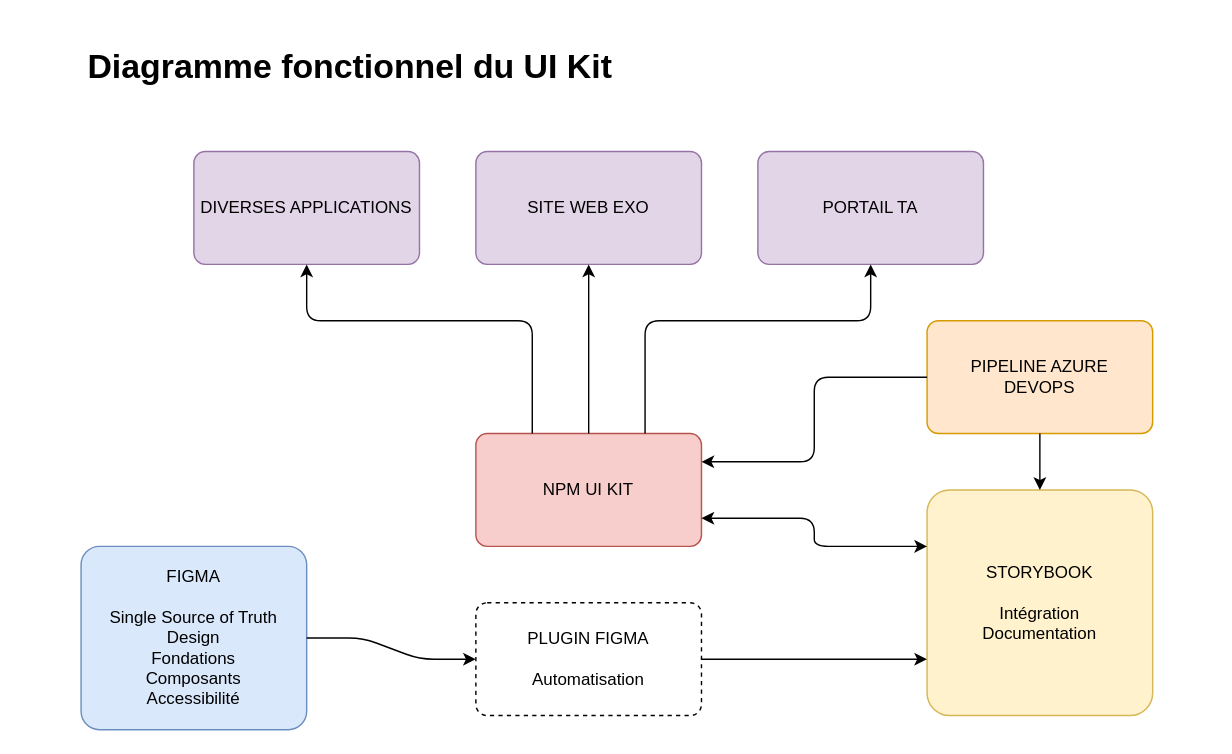
Earlier version of the draw.io diagram Copy of Untitled Diagram.drawio (Tim-arts/flowcharts). Source tidied: cells renumbered, new cells numbered last; positions are measured from the earlier drawing's top-left corner, leaving out a move shared by most shapes. Both pictures are drawn from the tidied source at 141%, with x=0, y=0 at pixel (80, 38).
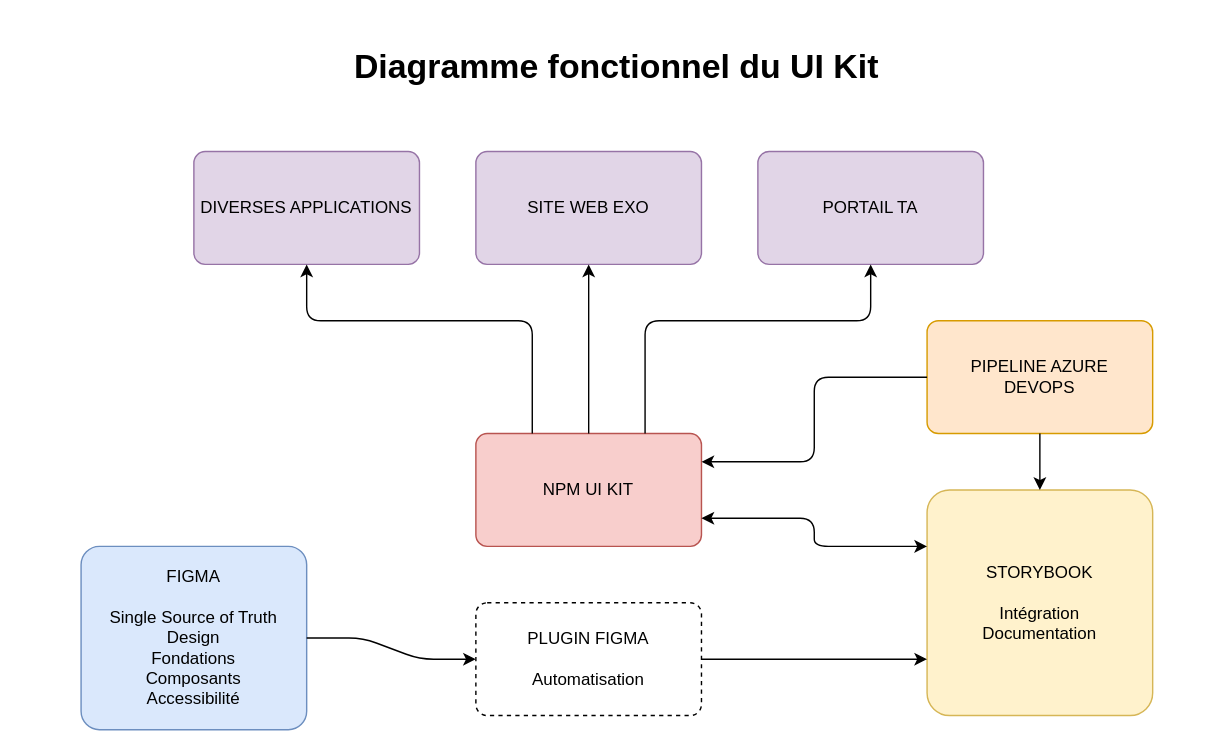
After the change.

Change to the diagram source:
```diff
@@
-    <mxCell id="10" value="&lt;h1&gt;Diagramme fonctionnel du UI Kit&lt;/h1&gt;" style="text;html=1;strokeColor=none;fillColor=none;spacing=5;spacingTop=-20;whiteSpace=wrap;overflow=hidden;rounded=0;" parent="1" vertex="1">
-      <mxGeometry width="400" height="40" as="geometry" />
+    <mxCell id="10" value="&lt;h1&gt;Diagramme fonctionnel du UI Kit&lt;/h1&gt;" style="text;html=1;strokeColor=none;fillColor=none;spacing=5;spacingTop=-20;whiteSpace=wrap;overflow=hidden;rounded=0;align=center;" parent="1" vertex="1">
+      <mxGeometry x="-40" width="840" height="40" as="geometry" />
     </mxCell>
```
